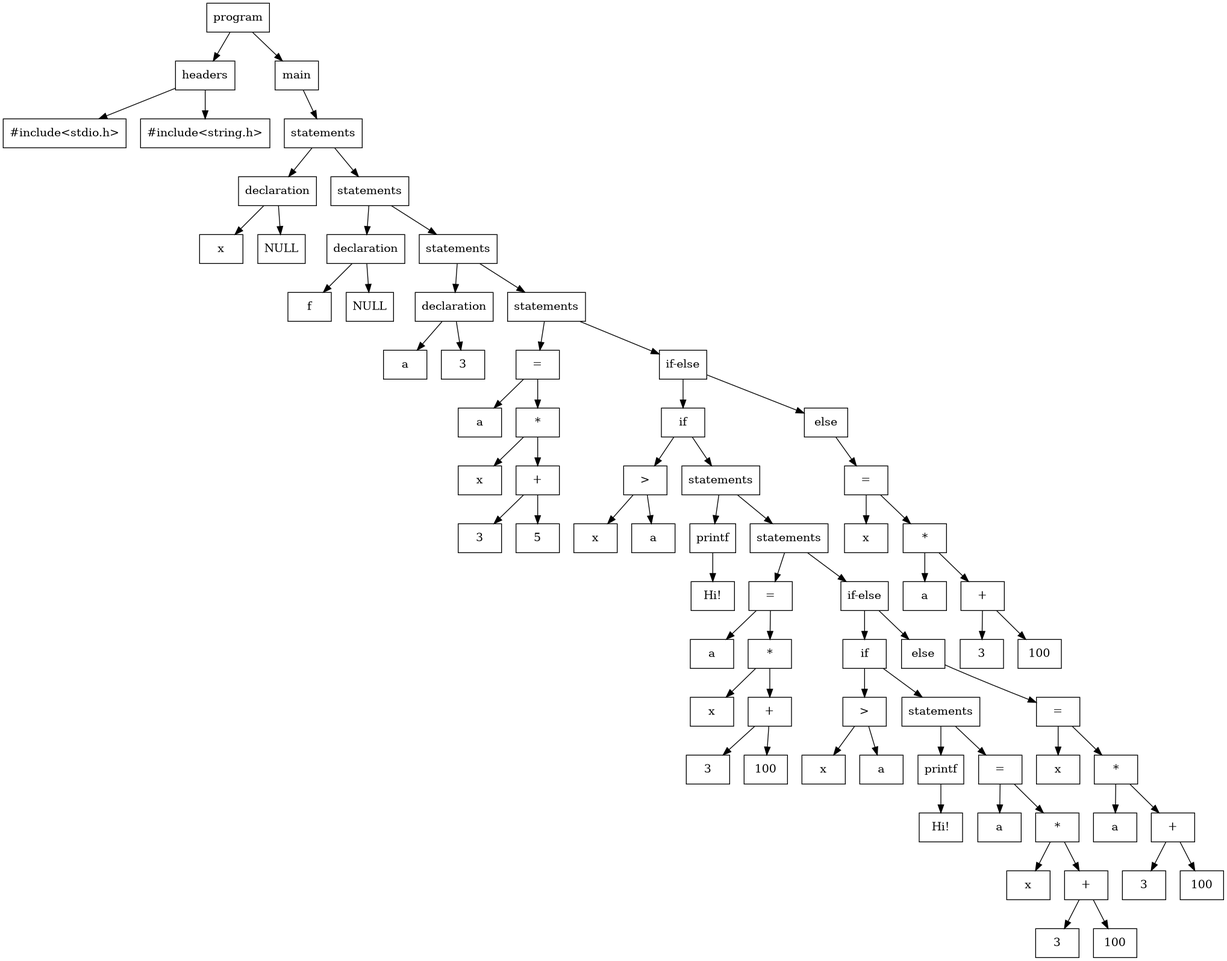
The Graphviz diagram src/static/parse_tree.png in amansinghrp/C-Compiler-Insight, before a commit. Its source is kept beside it as src/parse_tree.dot.
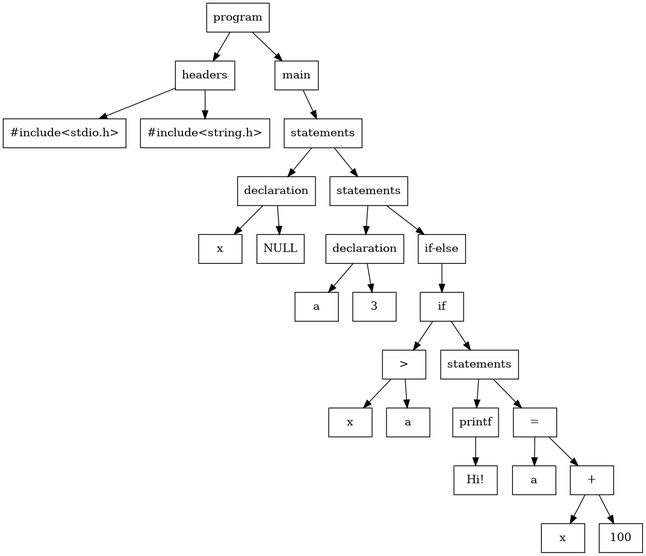
The same diagram one commit later.

What changed in the source:
```diff
@@ -1,3 +1,54 @@
 digraph ParseTree {
   node [shape=box];
+  "0x5cd67fcabeb0" [label="program"];
+  "0x5cd67fcabeb0" -> "0x5cd67fcab650";
+  "0x5cd67fcab650" [label="headers"];
+  "0x5cd67fcab650" -> "0x5cd67fcab570";
+  "0x5cd67fcab570" [label="#include<stdio.h>"];
+  "0x5cd67fcab650" -> "0x5cd67fcab610";
+  "0x5cd67fcab610" [label="#include<string.h>"];
+  "0x5cd67fcabeb0" -> "0x5cd67fcabe70";
+  "0x5cd67fcabe70" [label="main"];
+  "0x5cd67fcabe70" -> "0x5cd67fcabe30";
+  "0x5cd67fcabe30" [label="statements"];
+  "0x5cd67fcabe30" -> "0x5cd67fcab7d0";
+  "0x5cd67fcab7d0" [label="declaration"];
+  "0x5cd67fcab7d0" -> "0x5cd67fcab790";
+  "0x5cd67fcab790" [label="x"];
+  "0x5cd67fcab7d0" -> "0x5cd67fcab750";
+  "0x5cd67fcab750" [label="NULL"];
+  "0x5cd67fcabe30" -> "0x5cd67fcabdf0";
+  "0x5cd67fcabdf0" [label="statements"];
+  "0x5cd67fcabdf0" -> "0x5cd67fcab950";
+  "0x5cd67fcab950" [label="declaration"];
+  "0x5cd67fcab950" -> "0x5cd67fcab910";
+  "0x5cd67fcab910" [label="a"];
+  "0x5cd67fcab950" -> "0x5cd67fcab8d0";
+  "0x5cd67fcab8d0" [label="3"];
+  "0x5cd67fcabdf0" -> "0x5cd67fcabdb0";
+  "0x5cd67fcabdb0" [label="if-else"];
+  "0x5cd67fcabdb0" -> "0x5cd67fcabd70";
+  "0x5cd67fcabd70" [label="if"];
+  "0x5cd67fcabd70" -> "0x5cd67fcaba70";
+  "0x5cd67fcaba70" [label=">"];
+  "0x5cd67fcaba70" -> "0x5cd67fcab9f0";
+  "0x5cd67fcab9f0" [label="x"];
+  "0x5cd67fcaba70" -> "0x5cd67fcaba30";
+  "0x5cd67fcaba30" [label="a"];
+  "0x5cd67fcabd70" -> "0x5cd67fcabd30";
+  "0x5cd67fcabd30" [label="statements"];
+  "0x5cd67fcabd30" -> "0x5cd67fcabb50";
+  "0x5cd67fcabb50" [label="printf"];
+  "0x5cd67fcabb50" -> "0x5cd67fcabb10";
+  "0x5cd67fcabb10" [label="Hi!"];
+  "0x5cd67fcabd30" -> "0x5cd67fcabcf0";
+  "0x5cd67fcabcf0" [label="="];
+  "0x5cd67fcabcf0" -> "0x5cd67fcabcb0";
+  "0x5cd67fcabcb0" [label="a"];
+  "0x5cd67fcabcf0" -> "0x5cd67fcabc70";
+  "0x5cd67fcabc70" [label="+"];
+  "0x5cd67fcabc70" -> "0x5cd67fcabb90";
+  "0x5cd67fcabb90" [label="x"];
+  "0x5cd67fcabc70" -> "0x5cd67fcabc30";
+  "0x5cd67fcabc30" [label="100"];
 }
```
